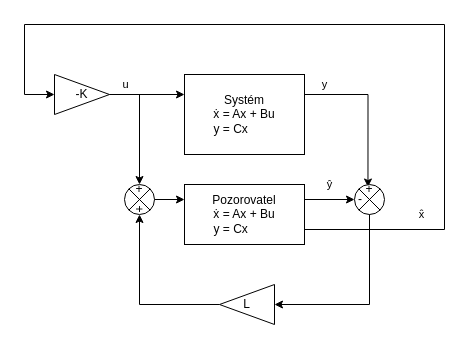
Earlier version of the draw.io diagram docs/src/RMS/figures/StavovyPozorovatel.drawio (lieskjur/MechatronickeSystemy). Source tidied: cells renumbered, new cells numbered last; positions are measured from the earlier drawing's top-left corner, leaving out a move shared by most shapes. Both pictures are drawn from the tidied source at 100%, with x=0, y=0 at pixel (24, 24).
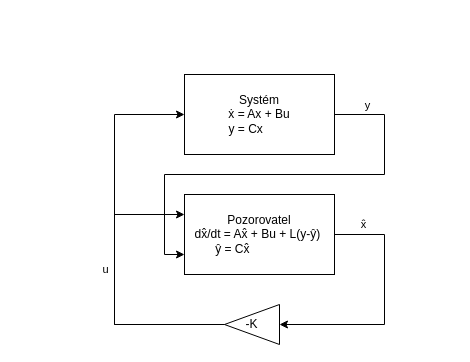
The same diagram, later.

Diff of the diagram source:
```diff
@@
-    <mxCell id="2" value="ŷ" style="edgeStyle=orthogonalEdgeStyle;rounded=0;jettySize=auto;html=1;exitX=1;exitY=0.25;exitDx=0;exitDy=0;entryX=0;entryY=0.5;entryDx=0;entryDy=0;" parent="1" edge="1" source="4" target="16">
-      <mxGeometry y="15" relative="1" as="geometry">
-        <Array as="points">
-          <mxPoint x="330" y="175" />
-        </Array>
-      </mxGeometry>
-    </mxCell>
-    <mxCell id="3" value="x̂" style="edgeStyle=orthogonalEdgeStyle;rounded=0;jettySize=auto;html=1;exitX=1;exitY=0.75;exitDx=0;exitDy=0;entryX=0;entryY=0.5;entryDx=0;entryDy=0;" parent="1" edge="1" source="4" target="23">
-      <mxGeometry x="-0.73" y="15" relative="1" as="geometry">
+    <mxCell id="3" value="x̂" style="edgeStyle=orthogonalEdgeStyle;rounded=0;jettySize=auto;html=1;exitX=1;exitY=0.5;exitDx=0;exitDy=0;entryX=1;entryY=0.5;entryDx=0;entryDy=0;" parent="1" edge="1" source="4" target="23">
+      <mxGeometry x="-0.76" y="10" relative="1" as="geometry">
         <Array as="points">
-          <mxPoint x="420" y="205" />
-          <mxPoint x="420" />
-          <mxPoint />
-          <mxPoint y="70" />
+          <mxPoint x="360" y="210" />
+          <mxPoint x="360" y="300" />
         </Array>
       </mxGeometry>
     </mxCell>
-    <mxCell id="4" value="Pozorovatel&lt;br&gt;ẋ = Ax + Bu&lt;br&gt;y = Cx&amp;nbsp; &amp;nbsp; &amp;nbsp; &amp;nbsp;&amp;nbsp;" style="rounded=0;whiteSpace=wrap;html=1;" parent="1" vertex="1">
-      <mxGeometry x="160" y="160" width="120" height="60" as="geometry" />
+    <mxCell id="4" value="Pozorovatel&lt;br&gt;dx̂/dt = Ax̂ + Bu + L(y-ŷ)&amp;nbsp;&lt;br&gt;&amp;nbsp; &amp;nbsp; &amp;nbsp; ŷ = Cx̂&amp;nbsp; &amp;nbsp; &amp;nbsp; &amp;nbsp; &amp;nbsp; &amp;nbsp; &amp;nbsp; &amp;nbsp; &amp;nbsp; &amp;nbsp; &amp;nbsp;&amp;nbsp;" style="rounded=0;whiteSpace=wrap;html=1;" parent="1" vertex="1">
+      <mxGeometry x="160" y="170" width="150" height="80" as="geometry" />
     </mxCell>
-    <mxCell id="5" style="group;" parent="1" vertex="1">
-      <mxGeometry x="100" y="160" width="30" height="30" as="geometry" />
-    </mxCell>
-    <mxCell id="6" style="group;" parent="5" vertex="1">
-      <mxGeometry width="30" height="30" as="geometry" />
-    </mxCell>
-    <mxCell id="7" style="shape=sumEllipse;perimeter=ellipsePerimeter;whiteSpace=wrap;html=1;backgroundOutline=1;" parent="6" vertex="1">
-      <mxGeometry width="30" height="30" as="geometry" />
-    </mxCell>
-    <mxCell id="8" value="+" style="text;html=1;strokeColor=none;fillColor=none;align=center;verticalAlign=middle;whiteSpace=wrap;rounded=0;" parent="6" vertex="1">
-      <mxGeometry x="11.9" y="2.5" width="6.3" height="5" as="geometry" />
-    </mxCell>
-    <mxCell id="9" value="+" style="text;html=1;strokeColor=none;fillColor=none;align=center;verticalAlign=middle;whiteSpace=wrap;rounded=0;rotation=90;" parent="6" vertex="1">
-      <mxGeometry x="11.9" y="22.5" width="6.3" height="5" as="geometry" />
-    </mxCell>
-    <mxCell id="10" value="&amp;nbsp;" style="text;html=1;strokeColor=none;fillColor=none;align=center;verticalAlign=middle;whiteSpace=wrap;rounded=0;" parent="6" vertex="1">
-      <mxGeometry x="2.5" y="12.5" width="6.3" height="5" as="geometry" />
-    </mxCell>
-    <mxCell id="11" style="edgeStyle=orthogonalEdgeStyle;rounded=0;jettySize=auto;html=1;entryX=0;entryY=0.25;entryDx=0;entryDy=0;" parent="1" edge="1" source="7" target="4">
-      <mxGeometry relative="1" as="geometry" />
-    </mxCell>
-    <mxCell id="12" value="u" style="endArrow=classic;html=1;rounded=0;entryX=0;entryY=0.25;entryDx=0;entryDy=0;exitX=1;exitY=0.5;exitDx=0;exitDy=0;" parent="1" edge="1" source="23" target="14">
-      <mxGeometry x="-0.56" y="10" relative="1" as="geometry" />
-    </mxCell>
+    <mxCell id="24" style="edgeStyle=orthogonalEdgeStyle;rounded=0;jettySize=auto;html=1;exitX=1;exitY=0.5;exitDx=0;exitDy=0;entryX=0;entryY=0.75;entryDx=0;entryDy=0;" parent="1" edge="1" source="14" target="4">
+      <mxGeometry relative="1" as="geometry">
+        <Array as="points">
+          <mxPoint x="360" y="90" />
+          <mxPoint x="360" y="150" />
+          <mxPoint x="140" y="150" />
+          <mxPoint x="140" y="230" />
+        </Array>
+      </mxGeometry>
+    </mxCell>
-    <mxCell id="13" value="y" style="edgeStyle=orthogonalEdgeStyle;rounded=0;jettySize=auto;html=1;exitX=1;exitY=0.25;exitDx=0;exitDy=0;entryX=0.25;entryY=0;entryDx=0;entryDy=0;" parent="1" edge="1" source="14" target="17">
-      <mxGeometry x="-0.74" y="10" relative="1" as="geometry" />
+    <mxCell id="13" value="y" style="edgeLabel;html=1;align=center;verticalAlign=middle;" parent="24" vertex="1">
+      <mxGeometry x="-0.85" relative="1" as="geometry">
+        <mxPoint y="-10" as="offset" />
+      </mxGeometry>
     </mxCell>
     <mxCell id="14" value="Systém&lt;br&gt;ẋ = Ax + Bu&lt;br&gt;y = Cx&amp;nbsp; &amp;nbsp; &amp;nbsp; &amp;nbsp;&amp;nbsp;" style="rounded=0;whiteSpace=wrap;html=1;" parent="1" vertex="1">
-      <mxGeometry x="160" y="50" width="120" height="80" as="geometry" />
+      <mxGeometry x="160" y="50" width="150" height="80" as="geometry" />
     </mxCell>
-    <mxCell id="15" style="group;" parent="1" vertex="1">
-      <mxGeometry x="330" y="160" width="30" height="30" as="geometry" />
-    </mxCell>
-    <mxCell id="16" style="shape=sumEllipse;perimeter=ellipsePerimeter;whiteSpace=wrap;html=1;backgroundOutline=1;" parent="15" vertex="1">
-      <mxGeometry width="30" height="30" as="geometry" />
-    </mxCell>
-    <mxCell id="17" value="+" style="text;html=1;strokeColor=none;fillColor=none;align=center;verticalAlign=middle;whiteSpace=wrap;rounded=0;" parent="15" vertex="1">
-      <mxGeometry x="11.9" y="2.5" width="6.3" height="5" as="geometry" />
-    </mxCell>
-    <mxCell id="18" value="-" style="text;html=1;strokeColor=none;fillColor=none;align=center;verticalAlign=middle;whiteSpace=wrap;rounded=0;" parent="15" vertex="1">
-      <mxGeometry x="2.5" y="12.5" width="6.3" height="5" as="geometry" />
-    </mxCell>
-    <mxCell id="19" style="edgeStyle=orthogonalEdgeStyle;rounded=0;jettySize=auto;html=1;exitX=0;exitY=0.5;exitDx=0;exitDy=0;entryX=0.5;entryY=1;entryDx=0;entryDy=0;" parent="1" edge="1" source="20" target="7">
-      <mxGeometry relative="1" as="geometry" />
-    </mxCell>
-    <mxCell id="20" value="L" style="triangle;whiteSpace=wrap;html=1;flipH=1;" parent="1" vertex="1">
-      <mxGeometry x="195" y="260" width="55" height="40" as="geometry" />
-    </mxCell>
-    <mxCell id="21" style="edgeStyle=orthogonalEdgeStyle;rounded=0;jettySize=auto;html=1;exitX=0.5;exitY=1;exitDx=0;exitDy=0;entryX=1;entryY=0.5;entryDx=0;entryDy=0;" parent="1" edge="1" source="16" target="20">
-      <mxGeometry relative="1" as="geometry" />
-    </mxCell>
-    <mxCell id="22" style="edgeStyle=orthogonalEdgeStyle;rounded=0;jettySize=auto;html=1;exitX=1;exitY=0.5;exitDx=0;exitDy=0;entryX=0.5;entryY=0;entryDx=0;entryDy=0;" parent="1" edge="1" source="23" target="7">
-      <mxGeometry relative="1" as="geometry" />
-    </mxCell>
+    <mxCell id="25" style="edgeStyle=orthogonalEdgeStyle;rounded=0;jettySize=auto;html=1;exitX=0;exitY=0.5;exitDx=0;exitDy=0;entryX=0;entryY=0.5;entryDx=0;entryDy=0;" parent="1" edge="1" source="23" target="14">
+      <mxGeometry relative="1" as="geometry">
+        <Array as="points">
+          <mxPoint x="90" y="300" />
+          <mxPoint x="90" y="90" />
+        </Array>
+      </mxGeometry>
+    </mxCell>
+    <mxCell id="12" value="u" style="edgeLabel;html=1;align=center;verticalAlign=middle;" parent="25" vertex="1">
+      <mxGeometry x="0.23" y="2" relative="1" as="geometry">
+        <mxPoint x="-8" y="74" as="offset" />
+      </mxGeometry>
+    </mxCell>
+    <mxCell id="26" style="edgeStyle=orthogonalEdgeStyle;rounded=0;jettySize=auto;html=1;exitX=0;exitY=0.5;exitDx=0;exitDy=0;entryX=0;entryY=0.25;entryDx=0;entryDy=0;" parent="1" edge="1" source="23" target="4">
+      <mxGeometry relative="1" as="geometry">
+        <Array as="points">
+          <mxPoint x="90" y="300" />
+          <mxPoint x="90" y="190" />
+        </Array>
+      </mxGeometry>
+    </mxCell>
-    <mxCell id="23" value="-K" style="triangle;whiteSpace=wrap;html=1;" parent="1" vertex="1">
-      <mxGeometry x="30" y="50" width="55" height="40" as="geometry" />
+    <mxCell id="23" value="-K" style="triangle;whiteSpace=wrap;html=1;flipH=1;" parent="1" vertex="1">
+      <mxGeometry x="200" y="280" width="55" height="40" as="geometry" />
     </mxCell>
```
